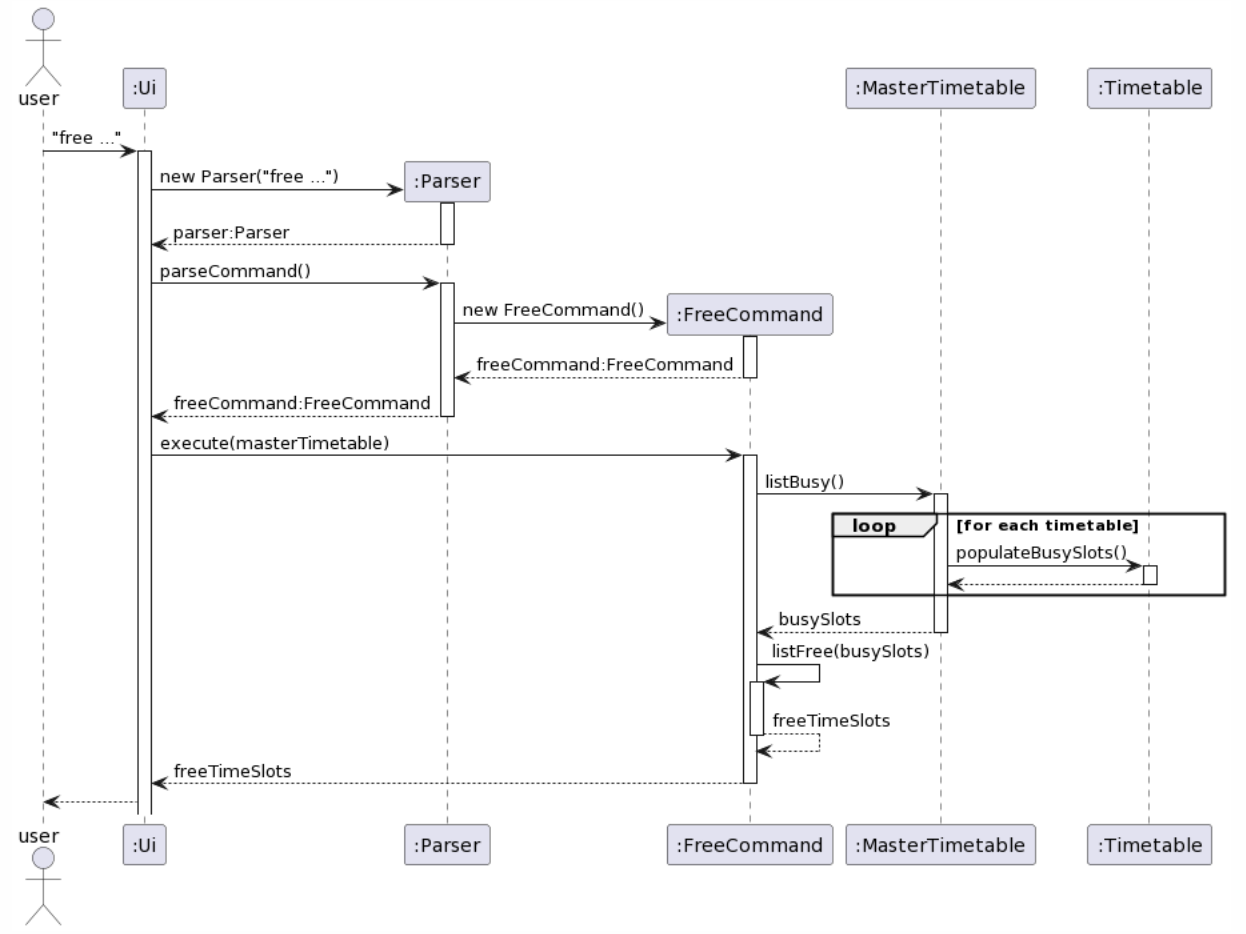
Above: docs/diagrams/FreeCommandSequenceDiagram.png in nus-cs2113-AY2122S2/tp (PlantUML), before the change. Its source is kept beside it as docs/diagrams/FreeCommandSequenceDiagram.puml. Its diagram source:
```plantuml
@startuml
actor user

user -> ":Ui" ++ : "free ..."
create ":Parser"
":Ui" -> ":Parser" ++: new Parser("free ...")
":Parser" --> ":Ui" --: parser:Parser
":Ui" -> ":Parser" ++: parseCommand()
create ":FreeCommand"
":Parser" -> ":FreeCommand" ++: new FreeCommand()
":FreeCommand" --> ":Parser" --: freeCommand:FreeCommand
":Parser" --> ":Ui" --: freeCommand:FreeCommand
":Ui" -> ":FreeCommand" ++: execute(masterTimetable)
":FreeCommand" -> ":MasterTimetable" ++: listBusy()
loop for each timetable
":MasterTimetable" -> ":Timetable" ++: populateBusySlots()
":Timetable" --> ":MasterTimetable" --
end
":MasterTimetable" --> ":FreeCommand" --: busySlots
":FreeCommand" -> ":FreeCommand"++: listFree(busySlots)
":FreeCommand" --> ":FreeCommand"--: freeTimeSlots
":FreeCommand" --> ":Ui" --: freeTimeSlots
":Ui" --> user
@enduml
```
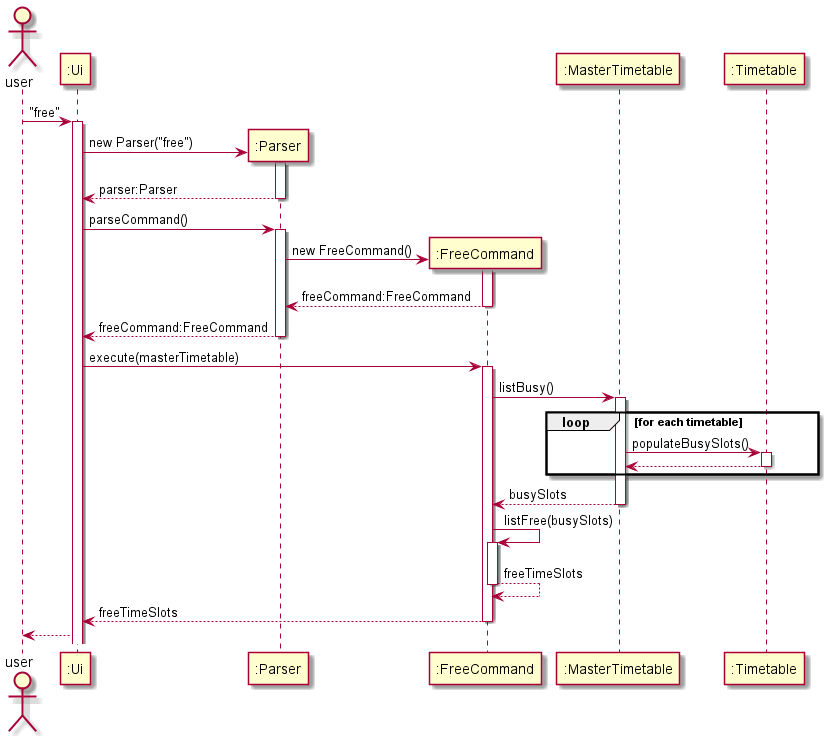
After the change.

Commit message:
Edit free command sequence diagram

What changed in the source:
```diff
@@ -1,9 +1,9 @@
 @startuml
 actor user
 
-user -> ":Ui" ++ : "free ..."
+user -> ":Ui" ++ : "free"
 create ":Parser"
-":Ui" -> ":Parser" ++: new Parser("free ...")
+":Ui" -> ":Parser" ++: new Parser("free")
 ":Parser" --> ":Ui" --: parser:Parser
 ":Ui" -> ":Parser" ++: parseCommand()
 create ":FreeCommand"
```
